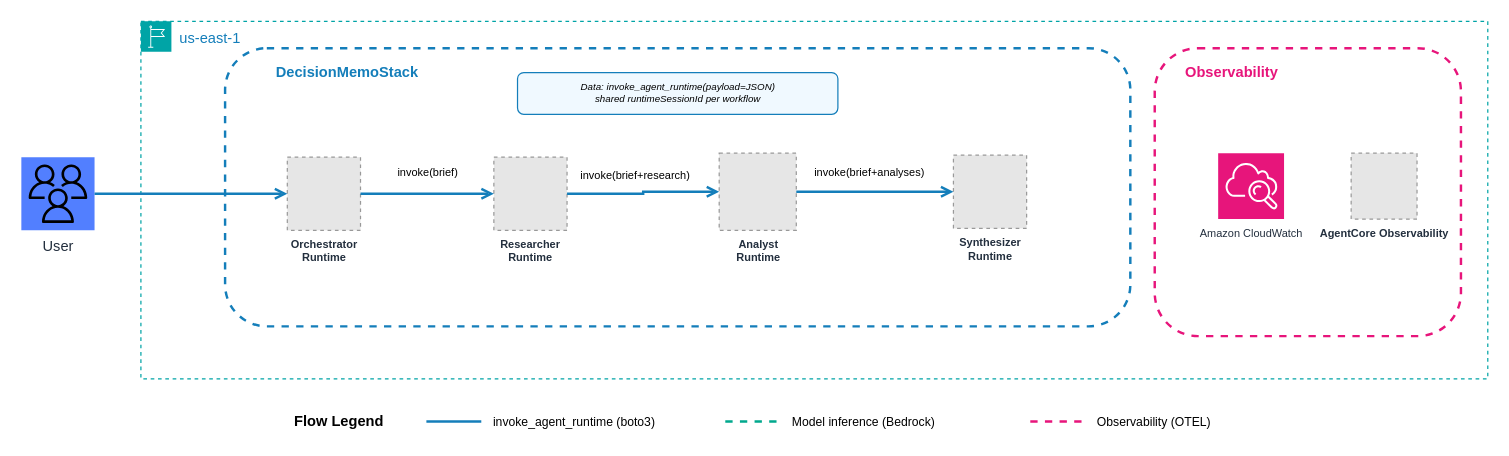
This is samples/03-sequential-chain/production/architecture.drawio from aws-samples/sample-multi-agent-systems-with-strands-workshop, a draw.io file, before an edit. Source tidied: cells renumbered, new cells numbered last; positions are measured from the earlier drawing's top-left corner, leaving out a move shared by most shapes. Both pictures are drawn from the tidied source at 122%, with x=0, y=0 at pixel (21, 21). Pictures stored in the file or linked from it are replaced by grey dashed boxes.
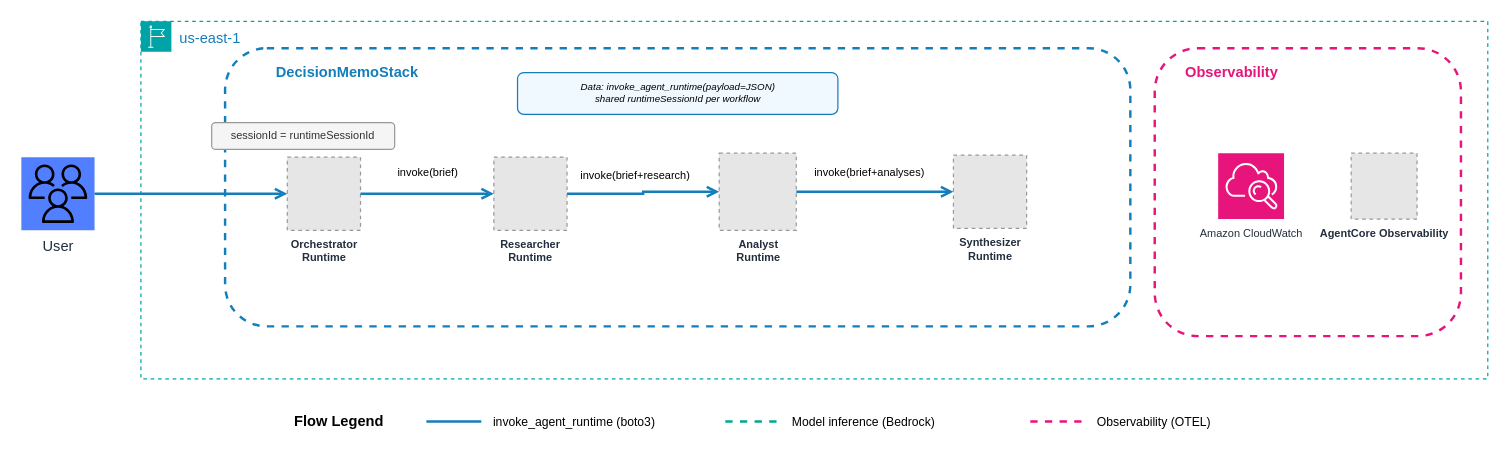
The same diagram, later.

Commit message (it also covers changes not shown here):
Update production diagrams: add AgentCore Memory to module 08, add sessionId/actorId labels to all modules

What changed in the source:
```diff
@@
+    <mxCell id="24" value="sessionId = runtimeSessionId" style="text;html=1;whiteSpace=wrap;strokeColor=#999999;fillColor=#f5f5f5;align=center;verticalAlign=middle;rounded=1;fontSize=9;fontColor=#333333;" parent="1" vertex="1">
+      <mxGeometry x="156" y="83" width="150" height="22" as="geometry" />
+    </mxCell>
```
